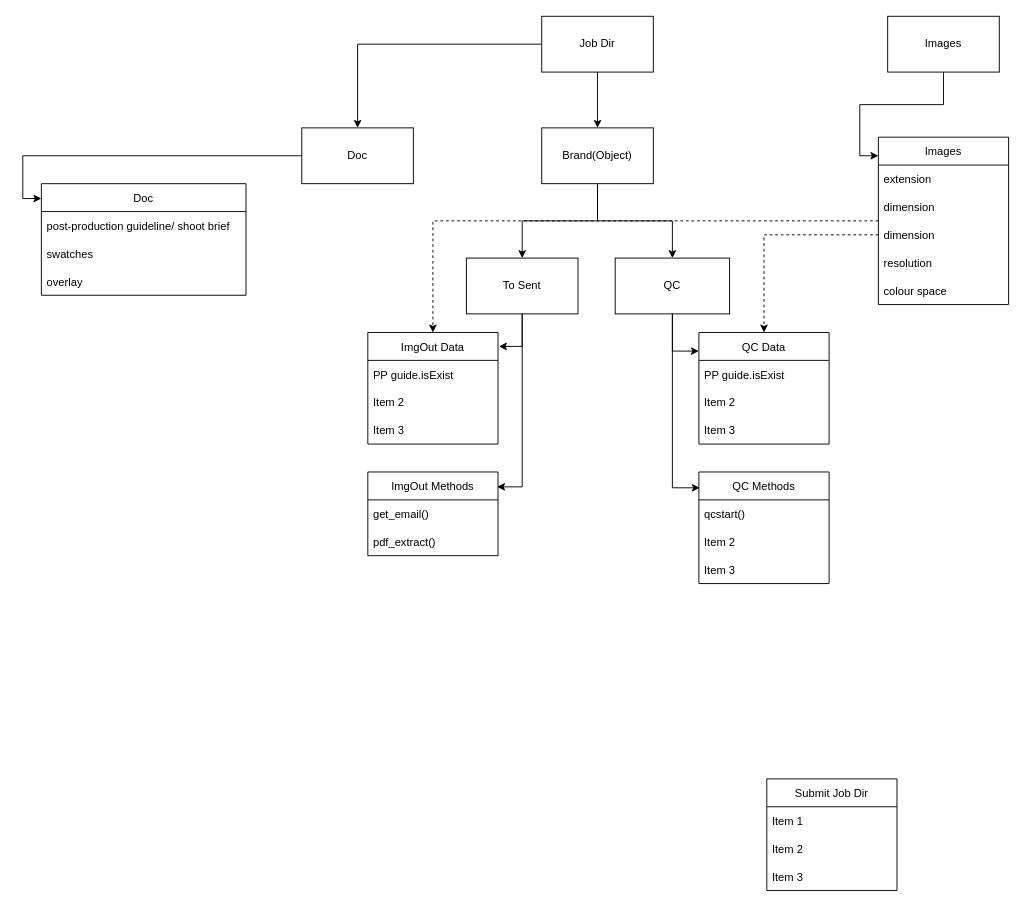
The draw.io diagram python/IHS Class Diagram.drawio in pugtooone/IHS, before the edit. Source tidied: cells renumbered, new cells numbered last; positions are measured from the earlier drawing's top-left corner, leaving out a move shared by most shapes. Both pictures are drawn from the tidied source at 93%, with x=0, y=0 at pixel (41, 16).
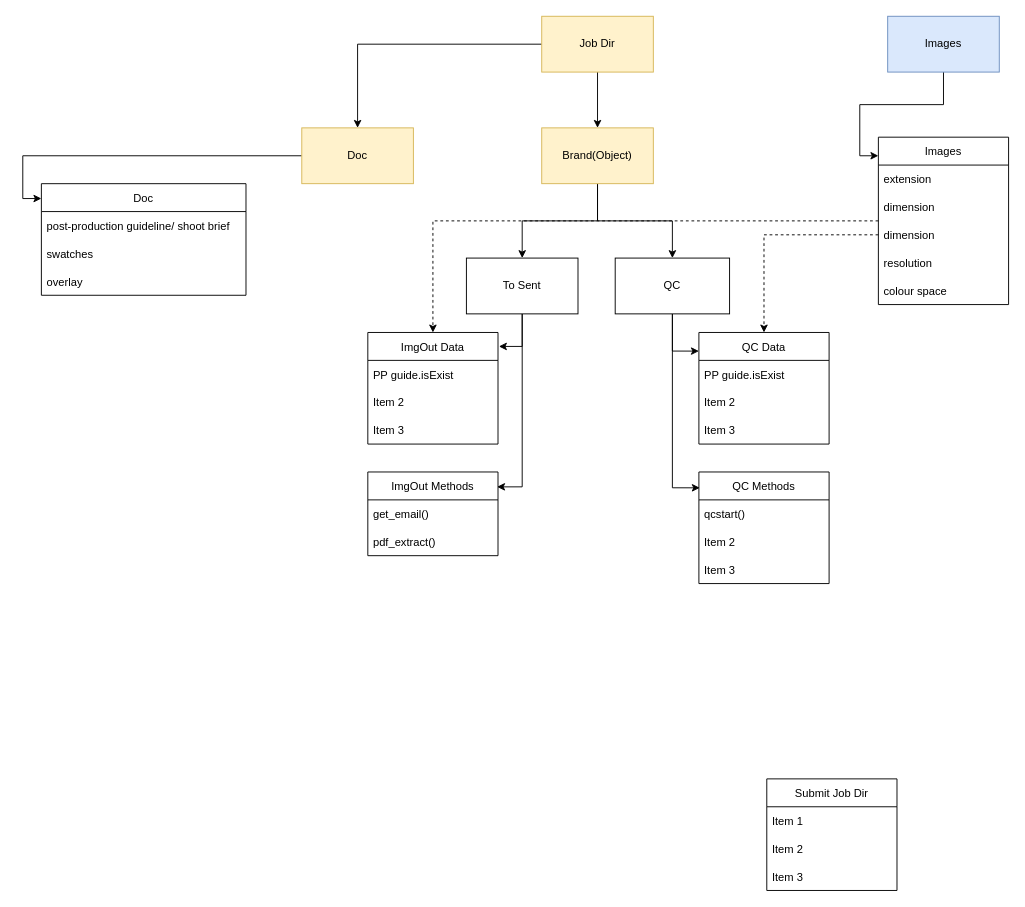
The same diagram, later.

Diff of the diagram source:
```diff
@@
-    <mxCell id="26" value="Job Dir" style="rounded=0;whiteSpace=wrap;html=1;" parent="1" vertex="1">
+    <mxCell id="26" value="Job Dir" style="rounded=0;whiteSpace=wrap;html=1;fillColor=#fff2cc;strokeColor=#d6b656;" parent="1" vertex="1">
       <mxGeometry x="538" width="120" height="60" as="geometry" />
     </mxCell>
@@
-    <mxCell id="29" value="Brand(Object)" style="whiteSpace=wrap;html=1;rounded=0;" parent="1" vertex="1">
+    <mxCell id="29" value="Brand(Object)" style="whiteSpace=wrap;html=1;rounded=0;fillColor=#fff2cc;strokeColor=#d6b656;" parent="1" vertex="1">
       <mxGeometry x="538" y="120" width="120" height="60" as="geometry" />
     </mxCell>
@@
-    <mxCell id="31" value="Images" style="whiteSpace=wrap;html=1;rounded=0;" parent="1" vertex="1">
+    <mxCell id="31" value="Images" style="whiteSpace=wrap;html=1;rounded=0;fillColor=#dae8fc;strokeColor=#6c8ebf;" parent="1" vertex="1">
       <mxGeometry x="910" width="120" height="60" as="geometry" />
     </mxCell>
@@
-    <mxCell id="33" value="Doc" style="whiteSpace=wrap;html=1;rounded=0;" parent="1" vertex="1">
+    <mxCell id="33" value="Doc" style="whiteSpace=wrap;html=1;rounded=0;fillColor=#fff2cc;strokeColor=#d6b656;" parent="1" vertex="1">
       <mxGeometry x="280" y="120" width="120" height="60" as="geometry" />
     </mxCell>
```
